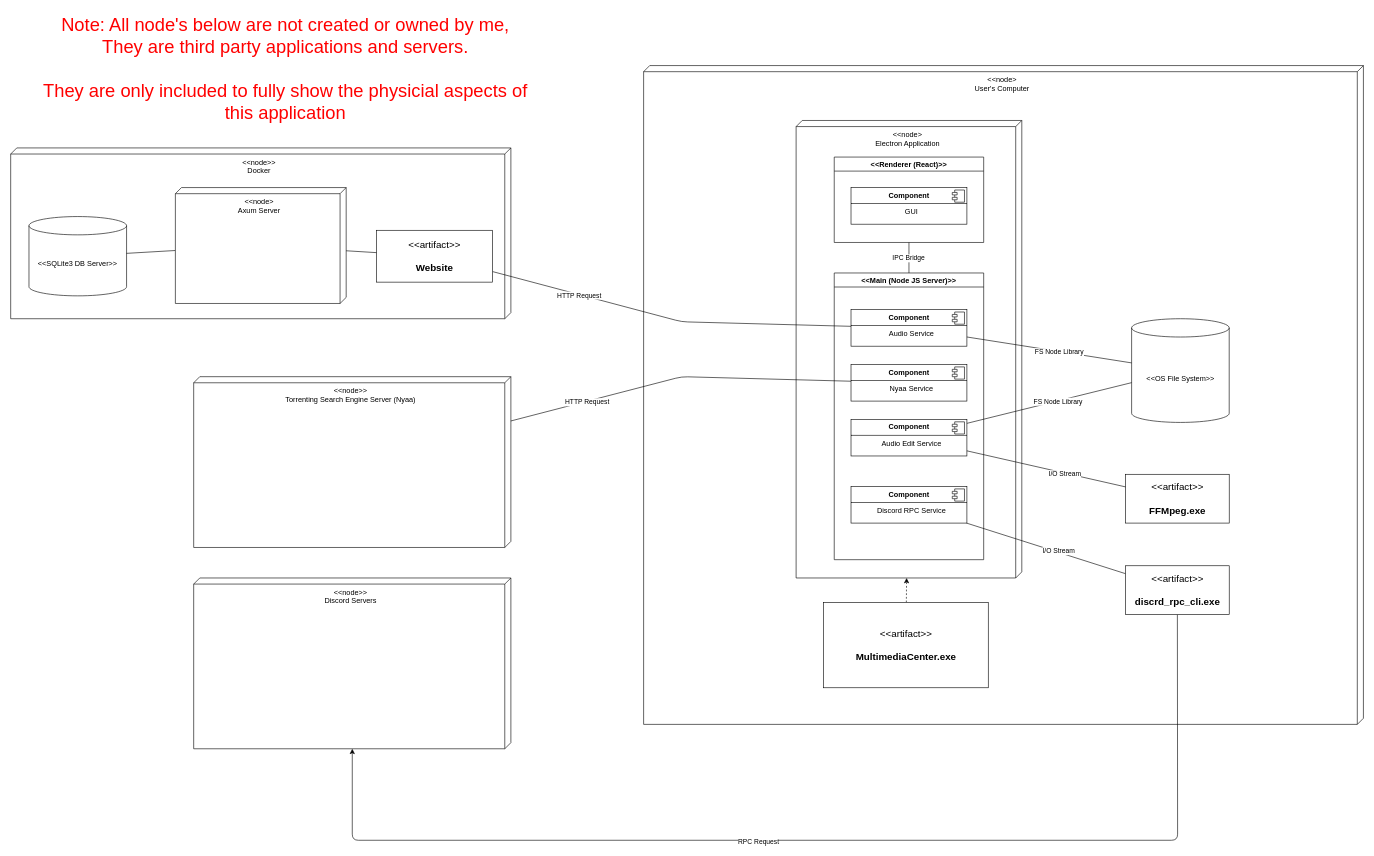
Above: _Documentation/Technical/Deployment_Diagram.drawio in rackman404/Multimedia-Desktop-Application (draw.io), before the change. Source tidied: cells renumbered, new cells numbered last; positions are measured from the earlier drawing's top-left corner, leaving out a move shared by most shapes. Both pictures are drawn from the tidied source at 61%, with x=0, y=0 at pixel (10, 10).
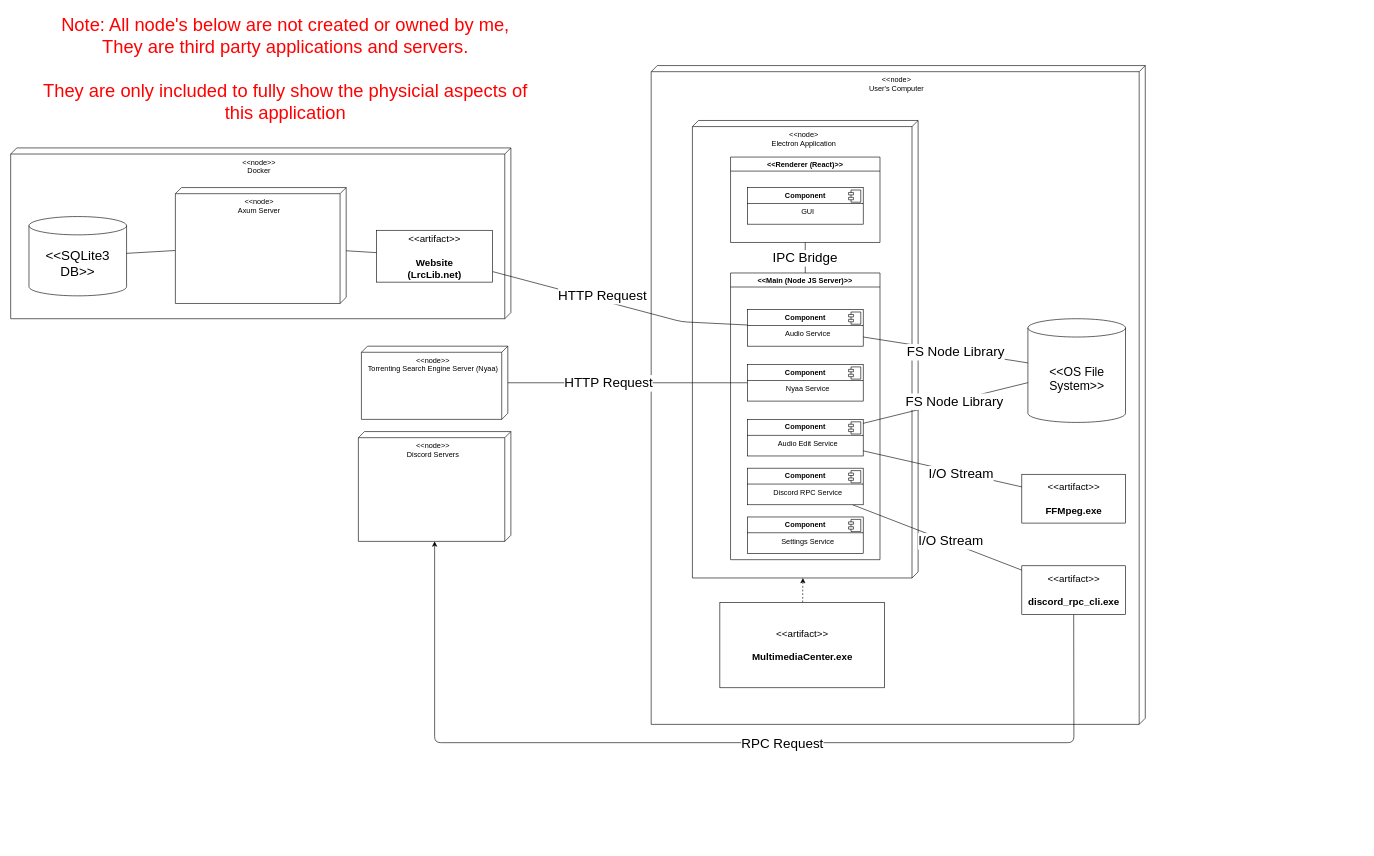
After the change.

The change refers to these unchanged cells:
```xml
<mxCell id="5" value="&lt;p style=&quot;margin:0px;margin-top:6px;text-align:center;&quot;&gt;&lt;b&gt;Component&lt;/b&gt;&lt;/p&gt;&lt;hr size=&quot;1&quot; style=&quot;border-style:solid;&quot;&gt;&lt;p style=&quot;text-align: center; margin: 0px 0px 0px 8px;&quot;&gt;Nyaa Service&lt;/p&gt;" style="align=left;overflow=fill;html=1;whiteSpace=wrap;" parent="4" vertex="1">
  <mxGeometry x="27.5" y="150" width="190" height="60" as="geometry" />
</mxCell>
<mxCell id="14" style="edgeStyle=none;html=1;endArrow=none;endFill=0;" parent="1" edge="1" source="16" target="4">
  <mxGeometry relative="1" as="geometry" />
</mxCell>
<mxCell id="19" style="edgeStyle=none;html=1;endArrow=none;endFill=0;" parent="1" edge="1" source="7" target="13">
  <mxGeometry relative="1" as="geometry" />
</mxCell>
<mxCell id="21" style="edgeStyle=none;html=1;endArrow=none;endFill=0;" parent="1" edge="1" source="9" target="13">
  <mxGeometry relative="1" as="geometry" />
</mxCell>
<mxCell id="28" style="edgeStyle=none;html=1;endArrow=none;endFill=0;" parent="1" edge="1" source="7" target="34">
  <mxGeometry relative="1" as="geometry">
    <Array as="points">
      <mxPoint x="1100" y="510" />
    </Array>
  </mxGeometry>
</mxCell>
<mxCell id="36" style="edgeStyle=none;html=1;endArrow=none;endFill=0;" parent="1" edge="1" source="38" target="42">
  <mxGeometry relative="1" as="geometry" />
</mxCell>
<mxCell id="43" style="edgeStyle=none;html=1;endArrow=none;endFill=0;" parent="1" edge="1" source="9" target="35">
  <mxGeometry relative="1" as="geometry" />
</mxCell>
```

The edit, as a diff of the source:
```diff
@@
     <mxCell id="2" value="&amp;lt;&amp;lt;node&amp;gt;&lt;div&gt;User's Computer&lt;/div&gt;" style="verticalAlign=top;align=center;shape=cube;size=10;direction=south;fontStyle=0;html=1;boundedLbl=1;spacingLeft=5;whiteSpace=wrap;" parent="1" vertex="1">
-      <mxGeometry x="1037.6" y="90" width="1180" height="1080" as="geometry" />
+      <mxGeometry x="1050" y="90" width="810" height="1080" as="geometry" />
     </mxCell>
     <mxCell id="3" value="&amp;lt;&amp;lt;node&amp;gt;&lt;div&gt;Electron Application&lt;/div&gt;" style="verticalAlign=top;align=center;shape=cube;size=10;direction=south;fontStyle=0;html=1;boundedLbl=1;spacingLeft=5;whiteSpace=wrap;" parent="1" vertex="1">
-      <mxGeometry x="1287.6" y="180" width="370" height="750" as="geometry" />
+      <mxGeometry x="1117.6" y="180" width="370" height="750" as="geometry" />
     </mxCell>
     <mxCell id="4" value="&lt;&lt;Main (Node JS Server)&gt;&gt;" style="swimlane;" parent="1" vertex="1">
-      <mxGeometry x="1350.1" y="430" width="245" height="470" as="geometry" />
+      <mxGeometry x="1180.1" y="430" width="245" height="470" as="geometry" />
     </mxCell>
@@
     <mxCell id="12" value="&amp;lt;&amp;lt;node&amp;gt;&amp;gt;&lt;div&gt;Torrenting Search Engine Server (Nyaa)&lt;/div&gt;" style="verticalAlign=top;align=center;shape=cube;size=10;direction=south;fontStyle=0;html=1;boundedLbl=1;spacingLeft=5;whiteSpace=wrap;" parent="1" vertex="1">
-      <mxGeometry x="300" y="600" width="520" height="280" as="geometry" />
+      <mxGeometry x="575" y="550" width="240" height="120" as="geometry" />
     </mxCell>
-    <mxCell id="13" value="&amp;lt;&amp;lt;OS File System&amp;gt;&amp;gt;" style="shape=cylinder3;whiteSpace=wrap;html=1;boundedLbl=1;backgroundOutline=1;size=15;" parent="1" vertex="1">
-      <mxGeometry x="1837.6" y="505" width="160" height="170" as="geometry" />
+    <mxCell id="13" value="&lt;font style=&quot;font-size: 20px;&quot;&gt;&amp;lt;&amp;lt;OS File System&amp;gt;&amp;gt;&lt;/font&gt;" style="shape=cylinder3;whiteSpace=wrap;html=1;boundedLbl=1;backgroundOutline=1;size=15;" parent="1" vertex="1">
+      <mxGeometry x="1667.6" y="505" width="160" height="170" as="geometry" />
     </mxCell>
@@
-    <mxCell id="15" value="IPC Bridge" style="edgeLabel;html=1;align=center;verticalAlign=middle;" parent="14" vertex="1">
+    <mxCell id="15" value="&lt;font style=&quot;font-size: 22px;&quot;&gt;IPC Bridge&lt;/font&gt;" style="edgeLabel;html=1;align=center;verticalAlign=middle;" parent="14" vertex="1">
       <mxGeometry x="-0.02" y="-1" relative="1" as="geometry" />
     </mxCell>
     <mxCell id="16" value="&lt;&lt;Renderer (React)&gt;&gt;" style="swimlane;" parent="1" vertex="1">
-      <mxGeometry x="1350.1" y="240" width="245" height="140" as="geometry" />
+      <mxGeometry x="1180.1" y="240" width="245" height="140" as="geometry" />
     </mxCell>
@@
-    <mxCell id="20" value="FS Node Library" style="edgeLabel;html=1;align=center;verticalAlign=middle;" parent="19" vertex="1">
+    <mxCell id="20" value="FS Node Library" style="edgeLabel;html=1;align=center;verticalAlign=middle;fontSize=22;" parent="19" vertex="1">
       <mxGeometry x="0.12" y="-1" relative="1" as="geometry" />
     </mxCell>
@@
-    <mxCell id="22" value="FS Node Library" style="edgeLabel;html=1;align=center;verticalAlign=middle;" parent="21" vertex="1">
+    <mxCell id="22" value="FS Node Library" style="edgeLabel;html=1;align=center;verticalAlign=middle;fontSize=22;" parent="21" vertex="1">
       <mxGeometry x="0.1" y="-1" relative="1" as="geometry" />
     </mxCell>
     <mxCell id="23" style="edgeStyle=none;html=1;endArrow=none;endFill=0;" parent="1" edge="1" source="5" target="12">
-      <mxGeometry relative="1" as="geometry">
-        <Array as="points">
-          <mxPoint x="1100" y="600" />
-        </Array>
-      </mxGeometry>
+      <mxGeometry relative="1" as="geometry" />
     </mxCell>
-    <mxCell id="24" value="HTTP Request" style="edgeLabel;html=1;align=center;verticalAlign=middle;" parent="23" vertex="1">
+    <mxCell id="24" value="HTTP Request" style="edgeLabel;html=1;align=center;verticalAlign=middle;fontSize=22;" parent="23" vertex="1">
       <mxGeometry x="0.12" relative="1" as="geometry">
-        <mxPoint x="-117" y="32" as="offset" />
+        <mxPoint x="-8" as="offset" />
       </mxGeometry>
     </mxCell>
-    <mxCell id="25" value="&amp;lt;&amp;lt;SQLite3 DB Server&amp;gt;&amp;gt;" style="shape=cylinder3;whiteSpace=wrap;html=1;boundedLbl=1;backgroundOutline=1;size=15;" parent="1" vertex="1">
+    <mxCell id="25" value="&lt;font style=&quot;font-size: 22px;&quot;&gt;&amp;lt;&amp;lt;SQLite3 DB&amp;gt;&amp;gt;&lt;/font&gt;" style="shape=cylinder3;whiteSpace=wrap;html=1;boundedLbl=1;backgroundOutline=1;size=15;" parent="1" vertex="1">
       <mxGeometry x="30" y="337.5" width="160" height="130" as="geometry" />
     </mxCell>
@@
-    <mxCell id="29" value="HTTP Request" style="edgeLabel;html=1;align=center;verticalAlign=middle;" parent="28" vertex="1">
-      <mxGeometry x="0.51" y="1" relative="1" as="geometry" />
+    <mxCell id="29" value="HTTP Request" style="edgeLabel;html=1;align=center;verticalAlign=middle;fontSize=22;" parent="28" vertex="1">
+      <mxGeometry x="0.51" y="1" relative="1" as="geometry">
+        <mxPoint x="78" y="12" as="offset" />
+      </mxGeometry>
     </mxCell>
@@
     <mxCell id="31" value="&lt;font style=&quot;font-size: 16px;&quot;&gt;&amp;lt;&amp;lt;artifact&amp;gt;&amp;gt;&lt;br&gt;&lt;br&gt;&lt;b style=&quot;&quot;&gt;MultimediaCenter.exe&lt;/b&gt;&lt;/font&gt;" style="html=1;align=center;verticalAlign=middle;dashed=0;whiteSpace=wrap;" parent="1" vertex="1">
-      <mxGeometry x="1332.6" y="970" width="270" height="140" as="geometry" />
+      <mxGeometry x="1162.6" y="970" width="270" height="140" as="geometry" />
     </mxCell>
@@
-    <mxCell id="34" value="&lt;font style=&quot;font-size: 16px;&quot;&gt;&amp;lt;&amp;lt;artifact&amp;gt;&amp;gt;&lt;br&gt;&lt;br&gt;&lt;b style=&quot;&quot;&gt;Website&lt;/b&gt;&lt;/font&gt;" style="html=1;align=center;verticalAlign=middle;dashed=0;whiteSpace=wrap;" parent="1" vertex="1">
+    <mxCell id="34" value="&lt;font style=&quot;font-size: 16px;&quot;&gt;&amp;lt;&amp;lt;artifact&amp;gt;&amp;gt;&lt;br&gt;&lt;br&gt;&lt;b style=&quot;&quot;&gt;Website&lt;/b&gt;&lt;/font&gt;&lt;div&gt;&lt;font style=&quot;font-size: 16px;&quot;&gt;&lt;b style=&quot;&quot;&gt;(LrcLib.net)&lt;/b&gt;&lt;/font&gt;&lt;/div&gt;" style="html=1;align=center;verticalAlign=middle;dashed=0;whiteSpace=wrap;" parent="1" vertex="1">
       <mxGeometry x="600" y="360" width="190" height="85" as="geometry" />
     </mxCell>
     <mxCell id="35" value="&lt;font style=&quot;font-size: 16px;&quot;&gt;&amp;lt;&amp;lt;artifact&amp;gt;&amp;gt;&lt;br&gt;&lt;br&gt;&lt;b&gt;FFMpeg.exe&lt;/b&gt;&lt;/font&gt;" style="html=1;align=center;verticalAlign=middle;dashed=0;whiteSpace=wrap;" parent="1" vertex="1">
-      <mxGeometry x="1827.6" y="760" width="170" height="80" as="geometry" />
+      <mxGeometry x="1657.6" y="760" width="170" height="80" as="geometry" />
     </mxCell>
@@
-    <mxCell id="37" value="I/O Stream" style="edgeLabel;html=1;align=center;verticalAlign=middle;" parent="36" vertex="1">
+    <mxCell id="37" value="I/O Stream" style="edgeLabel;html=1;align=center;verticalAlign=middle;fontSize=22;" parent="36" vertex="1">
       <mxGeometry x="0.15" y="2" relative="1" as="geometry" />
     </mxCell>
     <mxCell id="38" value="&lt;p style=&quot;margin:0px;margin-top:6px;text-align:center;&quot;&gt;&lt;b&gt;Component&lt;/b&gt;&lt;/p&gt;&lt;hr size=&quot;1&quot; style=&quot;border-style:solid;&quot;&gt;&lt;p style=&quot;text-align: center; margin: 0px 0px 0px 8px;&quot;&gt;Discord RPC Service&lt;/p&gt;" style="align=left;overflow=fill;html=1;whiteSpace=wrap;" parent="1" vertex="1">
-      <mxGeometry x="1377.6" y="780" width="190" height="60" as="geometry" />
+      <mxGeometry x="1207.6" y="750" width="190" height="60" as="geometry" />
     </mxCell>
@@
     <mxCell id="40" style="edgeStyle=none;html=1;" parent="1" edge="1" source="42" target="45">
       <mxGeometry relative="1" as="geometry">
         <Array as="points">
-          <mxPoint x="1913" y="1360" />
-          <mxPoint x="560" y="1360" />
+          <mxPoint x="1743" y="1200" />
+          <mxPoint x="695" y="1200" />
         </Array>
       </mxGeometry>
     </mxCell>
-    <mxCell id="41" value="RPC Request" style="edgeLabel;html=1;align=center;verticalAlign=middle;" parent="40" vertex="1">
-      <mxGeometry x="0.13" y="2" relative="1" as="geometry" />
+    <mxCell id="41" value="RPC Request" style="edgeLabel;html=1;align=center;verticalAlign=middle;fontSize=22;" parent="40" vertex="1">
+      <mxGeometry x="0.13" y="2" relative="1" as="geometry">
+        <mxPoint x="208" as="offset" />
+      </mxGeometry>
     </mxCell>
-    <mxCell id="42" value="&lt;font style=&quot;font-size: 16px;&quot;&gt;&amp;lt;&amp;lt;artifact&amp;gt;&amp;gt;&lt;br&gt;&lt;br&gt;&lt;b&gt;discrd_rpc_cli.exe&lt;/b&gt;&lt;/font&gt;" style="html=1;align=center;verticalAlign=middle;dashed=0;whiteSpace=wrap;" parent="1" vertex="1">
-      <mxGeometry x="1827.6" y="910" width="170" height="80" as="geometry" />
+    <mxCell id="42" value="&lt;font style=&quot;font-size: 16px;&quot;&gt;&amp;lt;&amp;lt;artifact&amp;gt;&amp;gt;&lt;br&gt;&lt;br&gt;&lt;b&gt;discord_rpc_cli.exe&lt;/b&gt;&lt;/font&gt;" style="html=1;align=center;verticalAlign=middle;dashed=0;whiteSpace=wrap;" parent="1" vertex="1">
+      <mxGeometry x="1657.6" y="910" width="170" height="80" as="geometry" />
     </mxCell>
@@
-    <mxCell id="44" value="I/O Stream" style="edgeLabel;html=1;align=center;verticalAlign=middle;" parent="43" vertex="1">
+    <mxCell id="44" value="I/O Stream" style="edgeLabel;html=1;align=center;verticalAlign=middle;fontSize=22;" parent="43" vertex="1">
       <mxGeometry x="-0.15" relative="1" as="geometry">
         <mxPoint x="50" y="13" as="offset" />
       </mxGeometry>
     </mxCell>
     <mxCell id="45" value="&amp;lt;&amp;lt;node&amp;gt;&amp;gt;&lt;div&gt;Discord Servers&lt;/div&gt;" style="verticalAlign=top;align=center;shape=cube;size=10;direction=south;fontStyle=0;html=1;boundedLbl=1;spacingLeft=5;whiteSpace=wrap;" parent="1" vertex="1">
-      <mxGeometry x="300" y="930" width="520" height="280" as="geometry" />
+      <mxGeometry x="570" y="690" width="250" height="180" as="geometry" />
     </mxCell>
+    <mxCell id="46" value="&lt;p style=&quot;margin:0px;margin-top:6px;text-align:center;&quot;&gt;&lt;b&gt;Component&lt;/b&gt;&lt;/p&gt;&lt;hr size=&quot;1&quot; style=&quot;border-style:solid;&quot;&gt;&lt;p style=&quot;text-align: center; margin: 0px 0px 0px 8px;&quot;&gt;Settings Service&lt;/p&gt;" style="align=left;overflow=fill;html=1;whiteSpace=wrap;" parent="1" vertex="1">
+      <mxGeometry x="1207.6" y="830" width="190" height="60" as="geometry" />
+    </mxCell>
+    <mxCell id="47" style="shape=component;jettyWidth=8;jettyHeight=4;" parent="46" vertex="1">
+      <mxGeometry x="1" width="20" height="20" relative="1" as="geometry">
+        <mxPoint x="-24" y="4" as="offset" />
+      </mxGeometry>
+    </mxCell>
```
